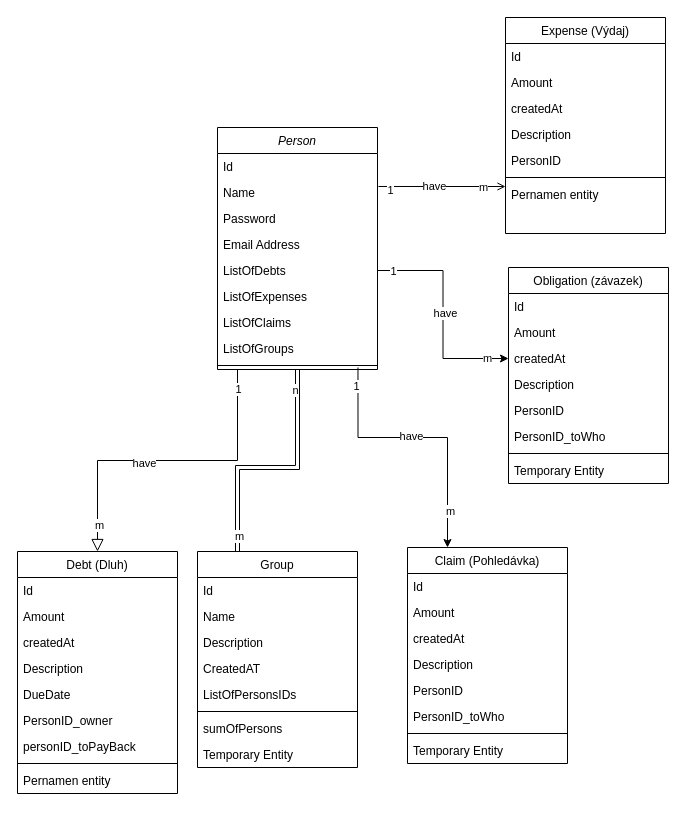
This is Untitled Diagram.drawio from herianp/expense-sharing-app, a draw.io file, before an edit. Source tidied: cells renumbered, new cells numbered last; positions are measured from the earlier drawing's top-left corner, leaving out a move shared by most shapes. Both pictures are drawn from the tidied source at 100%, with x=0, y=0 at pixel (17, 17).
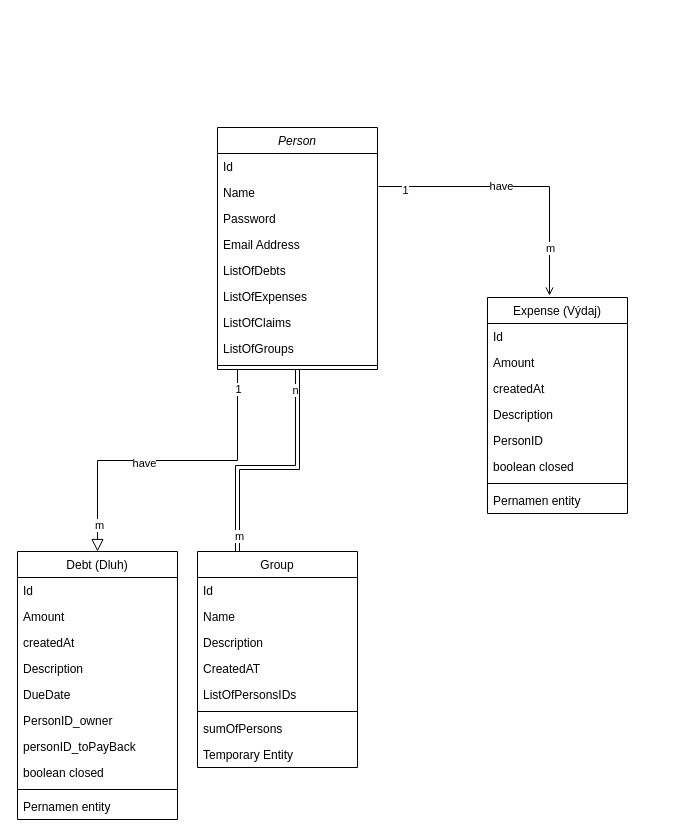
The same page after the edit.

Unchanged cells that the change refers to:
```xml
<mxCell id="4" value="Name" style="text;align=left;verticalAlign=top;spacingLeft=4;spacingRight=4;overflow=hidden;points=[[0,0.5],[1,0.5]];portConstraint=eastwest;" parent="2" vertex="1">
  <mxGeometry y="52" width="160" height="26" as="geometry" />
</mxCell>
<mxCell id="7" value="ListOfDebts" style="text;align=left;verticalAlign=top;spacingLeft=4;spacingRight=4;overflow=hidden;points=[[0,0.5],[1,0.5]];portConstraint=eastwest;rounded=0;shadow=0;html=0;" parent="2" vertex="1">
  <mxGeometry y="130" width="160" height="26" as="geometry" />
</mxCell>
<mxCell id="11" style="line;html=1;strokeWidth=1;align=left;verticalAlign=middle;spacingTop=-1;spacingLeft=3;spacingRight=3;labelPosition=right;points=[];portConstraint=eastwest;" parent="2" vertex="1">
  <mxGeometry y="234" width="160" height="8" as="geometry" />
</mxCell>
```

What changed in the source:
```diff
@@
     <mxCell id="28" value="Expense (Výdaj)" style="swimlane;fontStyle=0;align=center;verticalAlign=top;horizontal=1;startSize=26;rounded=0;shadow=0;strokeWidth=1;" parent="1" vertex="1">
-      <mxGeometry x="488" width="160" height="216" as="geometry" />
+      <mxGeometry x="470" y="280" width="140" height="216" as="geometry" />
     </mxCell>
     <mxCell id="29" value="Id" style="text;align=left;verticalAlign=top;spacingLeft=4;spacingRight=4;overflow=hidden;" parent="28" vertex="1">
-      <mxGeometry y="26" width="160" height="26" as="geometry" />
+      <mxGeometry y="26" width="140" height="26" as="geometry" />
     </mxCell>
     <mxCell id="30" value="Amount" style="text;align=left;verticalAlign=top;spacingLeft=4;spacingRight=4;overflow=hidden;" parent="28" vertex="1">
-      <mxGeometry y="52" width="160" height="26" as="geometry" />
+      <mxGeometry y="52" width="140" height="26" as="geometry" />
     </mxCell>
     <mxCell id="31" value="createdAt" style="text;align=left;verticalAlign=top;spacingLeft=4;spacingRight=4;overflow=hidden;rounded=0;shadow=0;html=0;" parent="28" vertex="1">
-      <mxGeometry y="78" width="160" height="26" as="geometry" />
+      <mxGeometry y="78" width="140" height="26" as="geometry" />
     </mxCell>
     <mxCell id="32" value="Description" style="text;align=left;verticalAlign=top;spacingLeft=4;spacingRight=4;overflow=hidden;rounded=0;shadow=0;html=0;" parent="28" vertex="1">
-      <mxGeometry y="104" width="160" height="26" as="geometry" />
+      <mxGeometry y="104" width="140" height="26" as="geometry" />
     </mxCell>
     <mxCell id="33" value="PersonID" style="text;align=left;verticalAlign=top;spacingLeft=4;spacingRight=4;overflow=hidden;rounded=0;shadow=0;html=0;" parent="28" vertex="1">
-      <mxGeometry y="130" width="160" height="26" as="geometry" />
+      <mxGeometry y="130" width="140" height="26" as="geometry" />
     </mxCell>
+    <mxCell id="76" value="boolean closed" style="text;align=left;verticalAlign=top;spacingLeft=4;spacingRight=4;overflow=hidden;rounded=0;shadow=0;html=0;" parent="28" vertex="1">
+      <mxGeometry y="156" width="140" height="26" as="geometry" />
+    </mxCell>
     <mxCell id="34" style="line;html=1;strokeWidth=1;align=left;verticalAlign=middle;spacingTop=-1;spacingLeft=3;spacingRight=3;labelPosition=right;" parent="28" vertex="1">
-      <mxGeometry y="156" width="160" height="8" as="geometry" />
+      <mxGeometry y="182" width="140" height="8" as="geometry" />
     </mxCell>
     <mxCell id="35" value="Pernamen entity" style="text;align=left;verticalAlign=top;spacingLeft=4;spacingRight=4;overflow=hidden;rounded=0;shadow=0;html=0;" parent="28" vertex="1">
-      <mxGeometry y="164" width="160" height="26" as="geometry" />
+      <mxGeometry y="190" width="140" height="26" as="geometry" />
     </mxCell>
-    <mxCell id="36" style="endArrow=open;shadow=0;strokeWidth=1;rounded=0;endFill=1;edgeStyle=elbowEdgeStyle;elbow=vertical;exitX=1.006;exitY=0.269;exitDx=0;exitDy=0;exitPerimeter=0;" parent="1" edge="1" source="4" target="28">
+    <mxCell id="36" style="endArrow=open;shadow=0;strokeWidth=1;rounded=0;endFill=1;edgeStyle=elbowEdgeStyle;elbow=vertical;exitX=1.006;exitY=0.269;exitDx=0;exitDy=0;exitPerimeter=0;entryX=0.443;entryY=-0.009;entryDx=0;entryDy=0;entryPerimeter=0;" parent="1" edge="1" source="4" target="28">
       <mxGeometry x="0.5" y="41" relative="1" as="geometry">
+        <Array as="points">
+          <mxPoint x="480" y="169" />
+        </Array>
         <mxPoint x="-40" y="32" as="offset" />
       </mxGeometry>
     </mxCell>
@@
     <mxCell id="40" value="Debt (Dluh)" style="swimlane;fontStyle=0;align=center;verticalAlign=top;horizontal=1;startSize=26;rounded=0;shadow=0;strokeWidth=1;" parent="1" vertex="1">
-      <mxGeometry y="534" width="160" height="242" as="geometry" />
+      <mxGeometry y="534" width="160" height="268" as="geometry" />
     </mxCell>
@@
+    <mxCell id="77" value="boolean closed" style="text;align=left;verticalAlign=top;spacingLeft=4;spacingRight=4;overflow=hidden;rounded=0;shadow=0;html=0;" parent="40" vertex="1">
+      <mxGeometry y="208" width="160" height="26" as="geometry" />
+    </mxCell>
     <mxCell id="48" style="line;html=1;strokeWidth=1;align=left;verticalAlign=middle;spacingTop=-1;spacingLeft=3;spacingRight=3;labelPosition=right;" parent="40" vertex="1">
-      <mxGeometry y="208" width="160" height="8" as="geometry" />
+      <mxGeometry y="234" width="160" height="8" as="geometry" />
     </mxCell>
     <mxCell id="49" value="Pernamen entity" style="text;align=left;verticalAlign=top;spacingLeft=4;spacingRight=4;overflow=hidden;rounded=0;shadow=0;html=0;" parent="40" vertex="1">
-      <mxGeometry y="216" width="160" height="26" as="geometry" />
+      <mxGeometry y="242" width="160" height="26" as="geometry" />
     </mxCell>
-    <mxCell id="50" value="Claim (Pohledávka)" style="swimlane;fontStyle=0;align=center;verticalAlign=top;horizontal=1;startSize=26;rounded=0;shadow=0;strokeWidth=1;" parent="1" vertex="1">
-      <mxGeometry x="390" y="530" width="160" height="216" as="geometry" />
-    </mxCell>
-    <mxCell id="51" value="Id" style="text;align=left;verticalAlign=top;spacingLeft=4;spacingRight=4;overflow=hidden;" parent="50" vertex="1">
-      <mxGeometry y="26" width="160" height="26" as="geometry" />
-    </mxCell>
-    <mxCell id="52" value="Amount" style="text;align=left;verticalAlign=top;spacingLeft=4;spacingRight=4;overflow=hidden;" parent="50" vertex="1">
-      <mxGeometry y="52" width="160" height="26" as="geometry" />
-    </mxCell>
-    <mxCell id="53" value="createdAt" style="text;align=left;verticalAlign=top;spacingLeft=4;spacingRight=4;overflow=hidden;rounded=0;shadow=0;html=0;" parent="50" vertex="1">
-      <mxGeometry y="78" width="160" height="26" as="geometry" />
-    </mxCell>
-    <mxCell id="54" value="Description" style="text;align=left;verticalAlign=top;spacingLeft=4;spacingRight=4;overflow=hidden;rounded=0;shadow=0;html=0;" parent="50" vertex="1">
-      <mxGeometry y="104" width="160" height="26" as="geometry" />
-    </mxCell>
-    <mxCell id="55" value="PersonID" style="text;align=left;verticalAlign=top;spacingLeft=4;spacingRight=4;overflow=hidden;rounded=0;shadow=0;html=0;" parent="50" vertex="1">
-      <mxGeometry y="130" width="160" height="26" as="geometry" />
-    </mxCell>
-    <mxCell id="56" value="PersonID_toWho" style="text;align=left;verticalAlign=top;spacingLeft=4;spacingRight=4;overflow=hidden;rounded=0;shadow=0;html=0;" parent="50" vertex="1">
-      <mxGeometry y="156" width="160" height="26" as="geometry" />
-    </mxCell>
-    <mxCell id="57" style="line;html=1;strokeWidth=1;align=left;verticalAlign=middle;spacingTop=-1;spacingLeft=3;spacingRight=3;labelPosition=right;" parent="50" vertex="1">
-      <mxGeometry y="182" width="160" height="8" as="geometry" />
-    </mxCell>
-    <mxCell id="58" value="Temporary Entity&#10;" style="text;align=left;verticalAlign=top;spacingLeft=4;spacingRight=4;overflow=hidden;rounded=0;shadow=0;html=0;" parent="50" vertex="1">
-      <mxGeometry y="190" width="160" height="26" as="geometry" />
-    </mxCell>
-    <mxCell id="59" style="edgeStyle=orthogonalEdgeStyle;rounded=0;jettySize=auto;html=1;entryX=0.25;entryY=0;entryDx=0;entryDy=0;exitX=0.878;exitY=0.75;exitDx=0;exitDy=0;exitPerimeter=0;" parent="1" edge="1" source="11" target="50">
-      <mxGeometry relative="1" as="geometry">
-        <Array as="points">
-          <mxPoint x="341" y="420" />
-          <mxPoint x="430" y="420" />
-        </Array>
-      </mxGeometry>
-    </mxCell>
-    <mxCell id="60" value="m" style="edgeLabel;html=1;align=center;verticalAlign=middle;" parent="59" vertex="1">
-      <mxGeometry x="0.73" y="2" relative="1" as="geometry" />
-    </mxCell>
-    <mxCell id="61" value="have" style="edgeLabel;html=1;align=center;verticalAlign=middle;" parent="59" vertex="1">
-      <mxGeometry x="-0.09" y="2" relative="1" as="geometry" />
-    </mxCell>
-    <mxCell id="62" value="1" style="edgeLabel;html=1;align=center;verticalAlign=middle;" parent="59" vertex="1">
-      <mxGeometry x="-0.87" y="-2" relative="1" as="geometry" />
-    </mxCell>
-    <mxCell id="63" value="Obligation (závazek)" style="swimlane;fontStyle=0;align=center;verticalAlign=top;horizontal=1;startSize=26;rounded=0;shadow=0;strokeWidth=1;" parent="1" vertex="1">
-      <mxGeometry x="491" y="250" width="160" height="216" as="geometry" />
-    </mxCell>
-    <mxCell id="64" value="Id" style="text;align=left;verticalAlign=top;spacingLeft=4;spacingRight=4;overflow=hidden;" parent="63" vertex="1">
-      <mxGeometry y="26" width="160" height="26" as="geometry" />
-    </mxCell>
-    <mxCell id="65" value="Amount" style="text;align=left;verticalAlign=top;spacingLeft=4;spacingRight=4;overflow=hidden;" parent="63" vertex="1">
-      <mxGeometry y="52" width="160" height="26" as="geometry" />
-    </mxCell>
-    <mxCell id="66" value="createdAt" style="text;align=left;verticalAlign=top;spacingLeft=4;spacingRight=4;overflow=hidden;points=[[0,0.5],[1,0.5]];portConstraint=eastwest;rounded=0;shadow=0;html=0;" parent="63" vertex="1">
-      <mxGeometry y="78" width="160" height="26" as="geometry" />
-    </mxCell>
-    <mxCell id="67" value="Description" style="text;align=left;verticalAlign=top;spacingLeft=4;spacingRight=4;overflow=hidden;rounded=0;shadow=0;html=0;" parent="63" vertex="1">
-      <mxGeometry y="104" width="160" height="26" as="geometry" />
-    </mxCell>
-    <mxCell id="68" value="PersonID" style="text;align=left;verticalAlign=top;spacingLeft=4;spacingRight=4;overflow=hidden;rounded=0;shadow=0;html=0;" parent="63" vertex="1">
-      <mxGeometry y="130" width="160" height="26" as="geometry" />
-    </mxCell>
-    <mxCell id="69" value="PersonID_toWho" style="text;align=left;verticalAlign=top;spacingLeft=4;spacingRight=4;overflow=hidden;rounded=0;shadow=0;html=0;" parent="63" vertex="1">
-      <mxGeometry y="156" width="160" height="26" as="geometry" />
-    </mxCell>
-    <mxCell id="70" style="line;html=1;strokeWidth=1;align=left;verticalAlign=middle;spacingTop=-1;spacingLeft=3;spacingRight=3;labelPosition=right;" parent="63" vertex="1">
-      <mxGeometry y="182" width="160" height="8" as="geometry" />
-    </mxCell>
-    <mxCell id="71" value="Temporary Entity&#10;" style="text;align=left;verticalAlign=top;spacingLeft=4;spacingRight=4;overflow=hidden;rounded=0;shadow=0;html=0;" parent="63" vertex="1">
-      <mxGeometry y="190" width="160" height="26" as="geometry" />
-    </mxCell>
-    <mxCell id="72" style="edgeStyle=orthogonalEdgeStyle;rounded=0;jettySize=auto;html=1;exitX=1;exitY=0.5;exitDx=0;exitDy=0;entryX=0;entryY=0.5;entryDx=0;entryDy=0;" parent="1" edge="1" source="7" target="66">
-      <mxGeometry relative="1" as="geometry" />
-    </mxCell>
-    <mxCell id="73" value="1" style="edgeLabel;html=1;align=center;verticalAlign=middle;" parent="72" vertex="1">
-      <mxGeometry x="-0.86" relative="1" as="geometry" />
-    </mxCell>
-    <mxCell id="74" value="m" style="edgeLabel;html=1;align=center;verticalAlign=middle;" parent="72" vertex="1">
-      <mxGeometry x="0.84" y="1" relative="1" as="geometry">
-        <mxPoint x="-4" as="offset" />
-      </mxGeometry>
-    </mxCell>
-    <mxCell id="75" value="have" style="edgeLabel;html=1;align=center;verticalAlign=middle;" parent="72" vertex="1">
-      <mxGeometry x="-0.01" y="2" relative="1" as="geometry" />
-    </mxCell>
```
